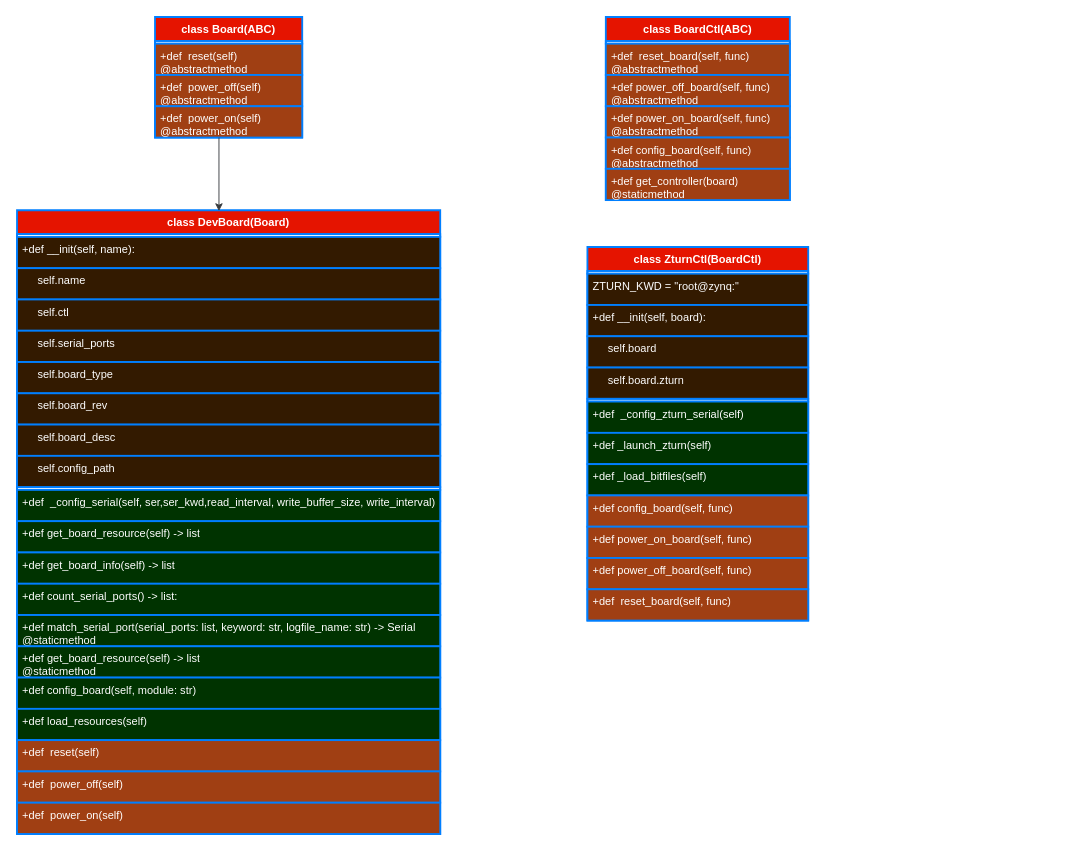
Earlier version of the draw.io diagram board.drawio (RuanZhen139/learngit). Source tidied: cells renumbered, new cells numbered last; positions are measured from the earlier drawing's top-left corner, leaving out a move shared by most shapes. Both pictures are drawn from the tidied source at 92%, with x=0, y=0 at pixel (17, 17).
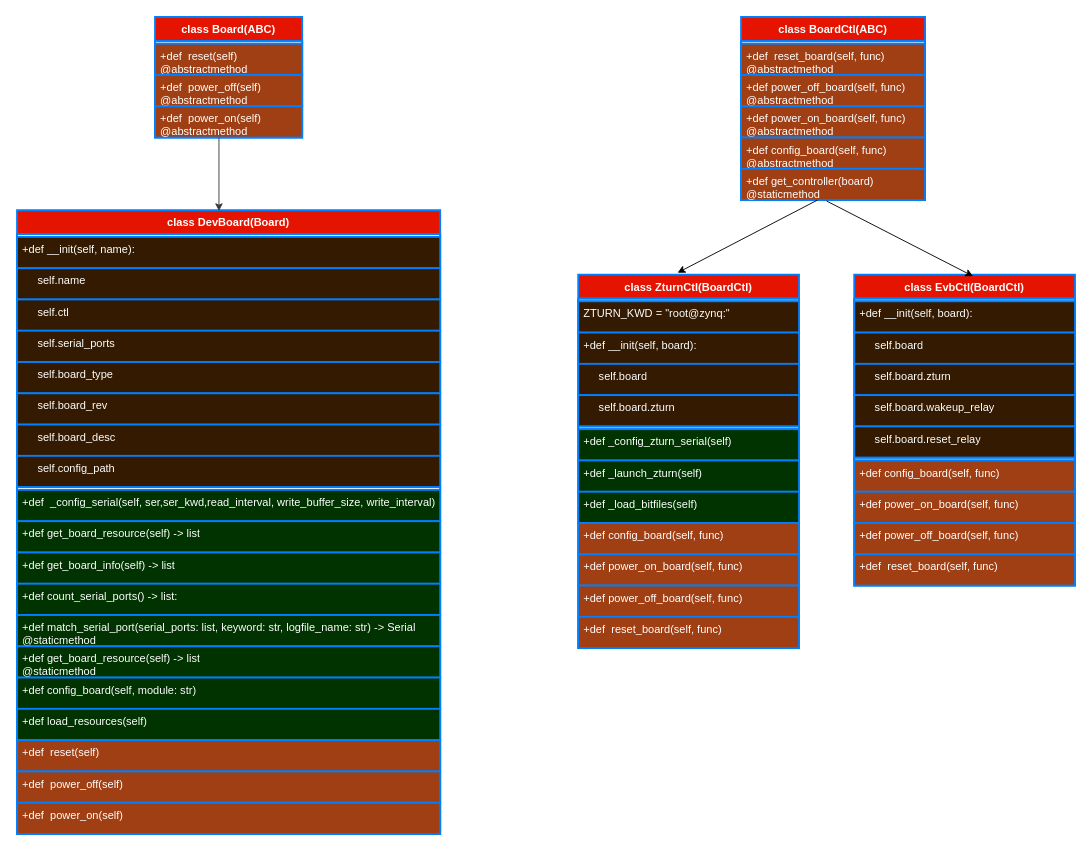
After the change.

Change to the diagram source:
```diff
@@
     <mxCell id="30" value="class BoardCtl(ABC)" style="swimlane;fontStyle=1;align=center;verticalAlign=top;horizontal=1;startSize=26;whiteSpace=wrap;html=1;fillColor=#e51400;fontColor=#ffffff;strokeColor=#007FFF;strokeWidth=2;" parent="1" vertex="1">
-      <mxGeometry x="640" width="200" height="199" as="geometry" />
+      <mxGeometry x="787" width="200" height="199" as="geometry" />
     </mxCell>
@@
     <mxCell id="37" value="class ZturnCtl(BoardCtl)" style="swimlane;fontStyle=1;align=center;verticalAlign=top;horizontal=1;startSize=26;whiteSpace=wrap;html=1;fillColor=#e51400;fontColor=#ffffff;strokeColor=#007FFF;strokeWidth=2;" parent="1" vertex="1">
-      <mxGeometry x="620" y="250" width="240" height="406" as="geometry" />
+      <mxGeometry x="610" y="280" width="240" height="406" as="geometry" />
     </mxCell>
@@
-    <mxCell id="44" value="+def&amp;nbsp;&amp;nbsp;_config_zturn_serial&lt;span style=&quot;background-color: initial;&quot;&gt;(self)&lt;br&gt;&lt;/span&gt;" style="text;strokeColor=#007FFF;fillColor=#003300;align=left;verticalAlign=top;spacingLeft=4;spacingRight=4;overflow=hidden;whiteSpace=wrap;html=1;fontColor=#FFFFFF;strokeWidth=2;" parent="37" vertex="1">
+    <mxCell id="44" value="+def _config_zturn_serial&lt;span style=&quot;background-color: initial;&quot;&gt;(self)&lt;br&gt;&lt;/span&gt;" style="text;strokeColor=#007FFF;fillColor=#003300;align=left;verticalAlign=top;spacingLeft=4;spacingRight=4;overflow=hidden;whiteSpace=wrap;html=1;fontColor=#FFFFFF;strokeWidth=2;" parent="37" vertex="1">
       <mxGeometry y="168" width="240" height="34" as="geometry" />
     </mxCell>
@@
+    <mxCell id="51" value="class EvbCtl(BoardCtl)" style="swimlane;fontStyle=1;align=center;verticalAlign=top;horizontal=1;startSize=26;whiteSpace=wrap;html=1;fillColor=#e51400;fontColor=#ffffff;strokeColor=#007FFF;strokeWidth=2;" parent="1" vertex="1">
+      <mxGeometry x="910" y="280" width="240" height="338" as="geometry" />
+    </mxCell>
+    <mxCell id="52" style="text;strokeColor=#007FFF;fillColor=none;align=left;verticalAlign=top;spacingLeft=4;spacingRight=4;overflow=hidden;whiteSpace=wrap;html=1;strokeWidth=2;" parent="51" vertex="1">
+      <mxGeometry y="26" width="240" height="3" as="geometry" />
+    </mxCell>
+    <mxCell id="53" value="+def __init(self, board&lt;span style=&quot;background-color: initial;&quot;&gt;):&lt;/span&gt;" style="text;strokeColor=#007FFF;fillColor=#331A00;align=left;verticalAlign=top;spacingLeft=4;spacingRight=4;overflow=hidden;whiteSpace=wrap;html=1;fontColor=#ffffff;perimeterSpacing=0;strokeWidth=2;" parent="51" vertex="1">
+      <mxGeometry y="29" width="240" height="34" as="geometry" />
+    </mxCell>
+    <mxCell id="54" value="&amp;nbsp; &amp;nbsp; &amp;nbsp;self.board" style="text;strokeColor=#007FFF;fillColor=#331A00;align=left;verticalAlign=top;spacingLeft=4;spacingRight=4;overflow=hidden;whiteSpace=wrap;html=1;fontColor=#ffffff;fillStyle=auto;gradientColor=none;strokeWidth=2;" parent="51" vertex="1">
+      <mxGeometry y="63" width="240" height="34" as="geometry" />
+    </mxCell>
+    <mxCell id="55" value="&amp;nbsp; &amp;nbsp; &amp;nbsp;self.board.zturn" style="text;strokeColor=#007FFF;fillColor=#331A00;align=left;verticalAlign=top;spacingLeft=4;spacingRight=4;overflow=hidden;whiteSpace=wrap;html=1;fontColor=#ffffff;strokeWidth=2;" parent="51" vertex="1">
+      <mxGeometry y="97" width="240" height="34" as="geometry" />
+    </mxCell>
+    <mxCell id="56" value="&amp;nbsp; &amp;nbsp; &amp;nbsp;self.board.wakeup_relay" style="text;strokeColor=#007FFF;fillColor=#331A00;align=left;verticalAlign=top;spacingLeft=4;spacingRight=4;overflow=hidden;whiteSpace=wrap;html=1;fontColor=#ffffff;strokeWidth=2;" parent="51" vertex="1">
+      <mxGeometry y="131" width="240" height="34" as="geometry" />
+    </mxCell>
+    <mxCell id="57" value="&amp;nbsp; &amp;nbsp; &amp;nbsp;self.board.reset_relay" style="text;strokeColor=#007FFF;fillColor=#331A00;align=left;verticalAlign=top;spacingLeft=4;spacingRight=4;overflow=hidden;whiteSpace=wrap;html=1;fontColor=#ffffff;strokeWidth=2;" parent="51" vertex="1">
+      <mxGeometry y="165" width="240" height="34" as="geometry" />
+    </mxCell>
+    <mxCell id="58" style="text;strokeColor=#007FFF;fillColor=none;align=left;verticalAlign=top;spacingLeft=4;spacingRight=4;overflow=hidden;whiteSpace=wrap;html=1;strokeWidth=2;spacing=1;" parent="51" vertex="1">
+      <mxGeometry y="199" width="240" height="3" as="geometry" />
+    </mxCell>
+    <mxCell id="59" value="+&lt;span style=&quot;background-color: initial;&quot;&gt;def config_board(self, func)&lt;/span&gt;" style="text;strokeColor=#007FFF;fillColor=#A03F13;align=left;verticalAlign=top;spacingLeft=4;spacingRight=4;overflow=hidden;whiteSpace=wrap;html=1;fontColor=#FFFFFF;strokeWidth=2;" parent="51" vertex="1">
+      <mxGeometry y="202" width="240" height="34" as="geometry" />
+    </mxCell>
+    <mxCell id="60" value="+&lt;span style=&quot;background-color: initial;&quot;&gt;def power_on_board(self, func)&lt;/span&gt;" style="text;strokeColor=#007FFF;fillColor=#A03F13;align=left;verticalAlign=top;spacingLeft=4;spacingRight=4;overflow=hidden;whiteSpace=wrap;html=1;fontColor=#FFFFFF;strokeWidth=2;" parent="51" vertex="1">
+      <mxGeometry y="236" width="240" height="34" as="geometry" />
+    </mxCell>
+    <mxCell id="61" value="+def power_off_board(self, func)" style="text;strokeColor=#007FFF;fillColor=#A03F13;align=left;verticalAlign=top;spacingLeft=4;spacingRight=4;overflow=hidden;whiteSpace=wrap;html=1;fontColor=#FFFFFF;strokeWidth=2;" parent="51" vertex="1">
+      <mxGeometry y="270" width="240" height="34" as="geometry" />
+    </mxCell>
+    <mxCell id="62" value="+def&amp;nbsp; reset_board(self, func)" style="text;strokeColor=#007FFF;fillColor=#A03F13;align=left;verticalAlign=top;spacingLeft=4;spacingRight=4;overflow=hidden;whiteSpace=wrap;html=1;fontColor=#FFFFFF;strokeWidth=2;" parent="51" vertex="1">
+      <mxGeometry y="304" width="240" height="34" as="geometry" />
+    </mxCell>
+    <mxCell id="63" style="endArrow=classic;html=1;rounded=0;entryX=0.45;entryY=-0.005;entryDx=0;entryDy=0;entryPerimeter=0;" parent="1" edge="1" target="37">
+      <mxGeometry relative="1" as="geometry">
+        <mxPoint x="870" y="199" as="sourcePoint" />
+      </mxGeometry>
+    </mxCell>
+    <mxCell id="64" style="endArrow=classic;html=1;rounded=0;entryX=0.538;entryY=0.005;entryDx=0;entryDy=0;entryPerimeter=0;" parent="1" edge="1" target="51">
+      <mxGeometry relative="1" as="geometry">
+        <mxPoint x="880" y="200" as="sourcePoint" />
+      </mxGeometry>
+    </mxCell>
```
